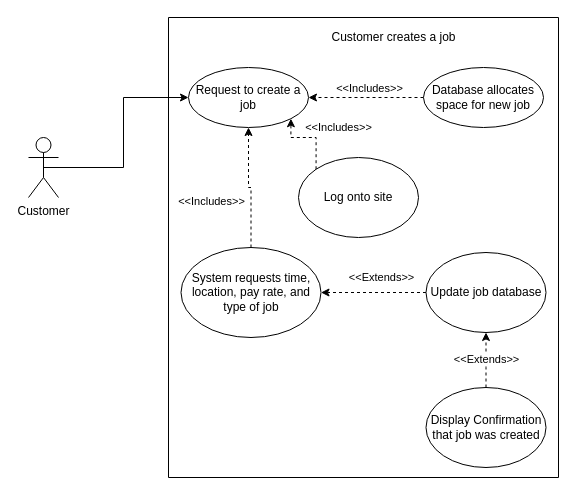
Before: page "Customer creates job" (2 of 7) of Untitled Diagram.drawio in jdasnake81/cs3450-UseCaseDiagrams, a draw.io diagram. Source tidied: cells renumbered, new cells numbered last; positions are measured from the earlier drawing's top-left corner, leaving out a move shared by most shapes. Both pictures are drawn from the tidied source at 100%, with x=0, y=0 at pixel (28, 17).
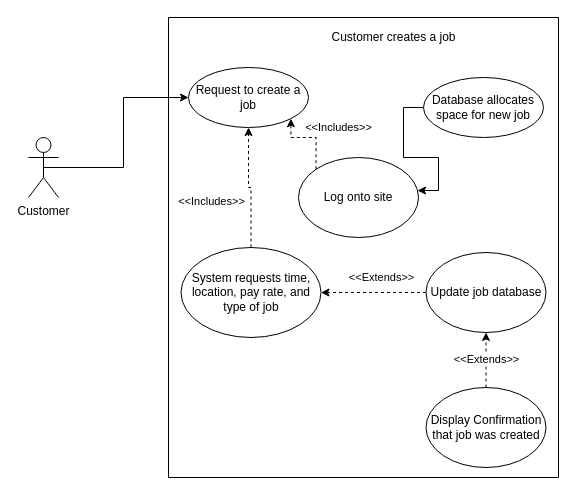
Above is the later version.

Unchanged cells that the change refers to:
```xml
<mxCell id="4" value="Request to create a job" style="ellipse;whiteSpace=wrap;html=1;verticalAlign=middle;" parent="1" vertex="1">
  <mxGeometry x="160" y="50" width="120" height="60" as="geometry" />
</mxCell>
<mxCell id="9" style="swimlane;startSize=0;" parent="1" vertex="1">
  <mxGeometry x="140" width="390" height="460" as="geometry" />
</mxCell>
<mxCell id="11" value="Log onto site" style="ellipse;whiteSpace=wrap;html=1;" parent="9" vertex="1">
  <mxGeometry x="130" y="140" width="120" height="80" as="geometry" />
</mxCell>
```

What changed in the source:
```diff
@@
-    <mxCell id="5" style="edgeStyle=orthogonalEdgeStyle;rounded=0;jettySize=auto;html=1;exitX=0;exitY=0.5;exitDx=0;exitDy=0;entryX=1;entryY=0.5;entryDx=0;entryDy=0;dashed=1;" parent="1" edge="1" source="7" target="4">
-      <mxGeometry relative="1" as="geometry" />
-    </mxCell>
-    <mxCell id="6" value="&amp;lt;&amp;lt;Includes&amp;gt;&amp;gt;" style="edgeLabel;html=1;align=center;verticalAlign=middle;" parent="5" vertex="1">
-      <mxGeometry x="-0.22" y="1" relative="1" as="geometry">
-        <mxPoint x="-10" y="-11" as="offset" />
-      </mxGeometry>
-    </mxCell>
-    <mxCell id="7" value="Database allocates space for new job" style="ellipse;whiteSpace=wrap;html=1;" parent="1" vertex="1">
-      <mxGeometry x="395" y="50" width="120" height="60" as="geometry" />
-    </mxCell>
@@
+    <mxCell id="18" style="edgeStyle=orthogonalEdgeStyle;rounded=0;jettySize=auto;html=1;exitX=0;exitY=0.5;exitDx=0;exitDy=0;entryX=0.992;entryY=0.413;entryDx=0;entryDy=0;entryPerimeter=0;" parent="9" edge="1" source="7" target="11">
+      <mxGeometry relative="1" as="geometry" />
+    </mxCell>
+    <mxCell id="7" value="Database allocates space for new job" style="ellipse;whiteSpace=wrap;html=1;" parent="9" vertex="1">
+      <mxGeometry x="255" y="60" width="120" height="60" as="geometry" />
+    </mxCell>
```
